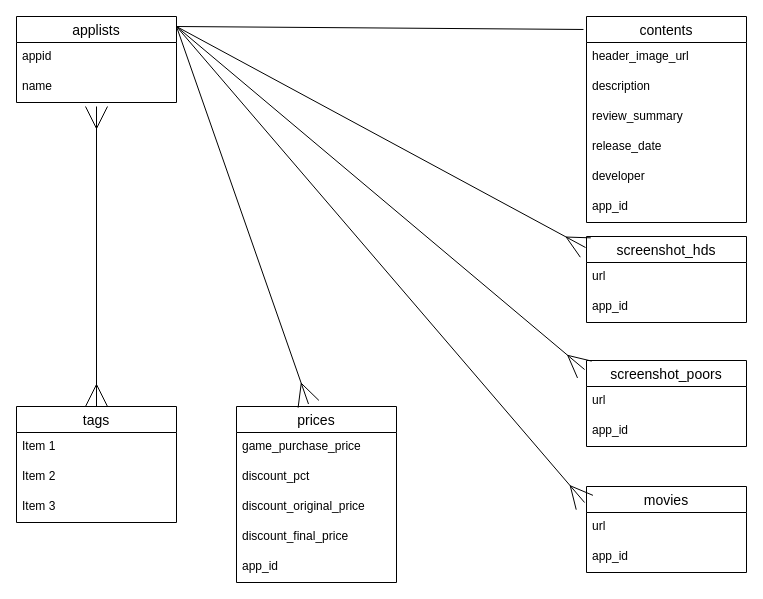
The draw.io diagram steam-app.dio in kzk00001/steam-app, before the edit. Source tidied: cells renumbered, new cells numbered last; positions are measured from the earlier drawing's top-left corner, leaving out a move shared by most shapes. Both pictures are drawn from the tidied source at 100%, with x=0, y=0 at pixel (16, 16).
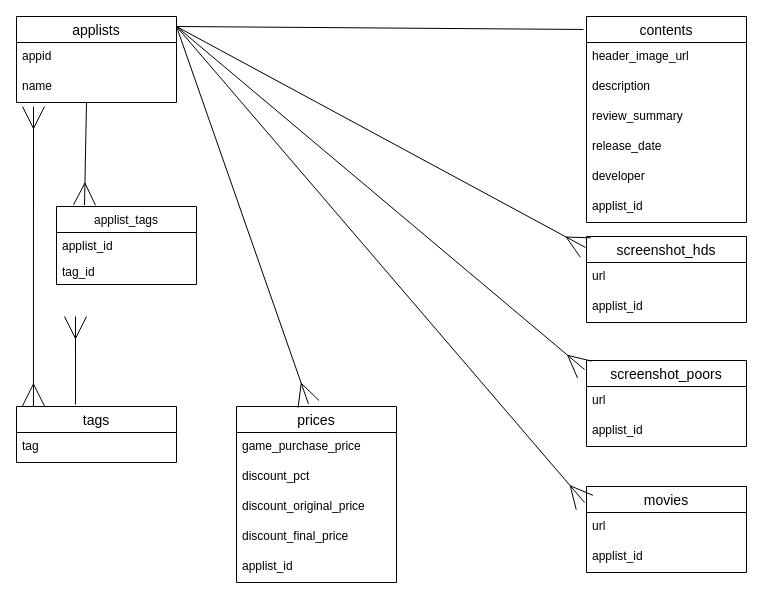
The same diagram, later.

The change refers to these unchanged cells:
```xml
<mxCell id="9" value="screenshot_hds" style="swimlane;fontStyle=0;horizontal=1;startSize=26;align=center;fontSize=14;" parent="1" vertex="1">
  <mxGeometry x="570" y="220" width="160" height="86" as="geometry" />
</mxCell>
<mxCell id="12" value="screenshot_poors" style="swimlane;fontStyle=0;horizontal=1;startSize=26;align=center;fontSize=14;" parent="1" vertex="1">
  <mxGeometry x="570" y="344" width="160" height="86" as="geometry" />
</mxCell>
<mxCell id="16" value="movies" style="swimlane;fontStyle=0;horizontal=1;startSize=26;align=center;fontSize=14;" parent="1" vertex="1">
  <mxGeometry x="570" y="470" width="160" height="86" as="geometry" />
</mxCell>
<mxCell id="23" value="contents" style="swimlane;fontStyle=0;horizontal=1;startSize=26;align=center;fontSize=14;" parent="1" vertex="1">
  <mxGeometry x="570" width="160" height="206" as="geometry" />
</mxCell>
<mxCell id="30" value="prices" style="swimlane;fontStyle=0;horizontal=1;startSize=26;align=center;fontSize=14;" parent="1" vertex="1">
  <mxGeometry x="220" y="390" width="160" height="176" as="geometry" />
</mxCell>
```

The edit, as a diff of the source:
```diff
@@
     <mxCell id="5" value="tags" style="swimlane;fontStyle=0;horizontal=1;startSize=26;align=center;fontSize=14;" parent="1" vertex="1">
-      <mxGeometry y="390" width="160" height="116" as="geometry" />
+      <mxGeometry y="390" width="160" height="56" as="geometry" />
     </mxCell>
-    <mxCell id="6" value="Item 1" style="text;strokeColor=none;fillColor=none;spacingLeft=4;spacingRight=4;overflow=hidden;fontSize=12;" parent="5" vertex="1">
+    <mxCell id="6" value="tag" style="text;strokeColor=none;fillColor=none;spacingLeft=4;spacingRight=4;overflow=hidden;fontSize=12;" parent="5" vertex="1">
       <mxGeometry y="26" width="160" height="30" as="geometry" />
     </mxCell>
-    <mxCell id="7" value="Item 2" style="text;strokeColor=none;fillColor=none;spacingLeft=4;spacingRight=4;overflow=hidden;fontSize=12;" parent="5" vertex="1">
-      <mxGeometry y="56" width="160" height="30" as="geometry" />
-    </mxCell>
-    <mxCell id="8" value="Item 3" style="text;strokeColor=none;fillColor=none;spacingLeft=4;spacingRight=4;overflow=hidden;fontSize=12;" parent="5" vertex="1">
-      <mxGeometry y="86" width="160" height="30" as="geometry" />
-    </mxCell>
@@
-    <mxCell id="11" value="app_id" style="text;strokeColor=none;fillColor=none;spacingLeft=4;spacingRight=4;overflow=hidden;fontSize=12;" parent="9" vertex="1">
+    <mxCell id="11" value="applist_id" style="text;strokeColor=none;fillColor=none;spacingLeft=4;spacingRight=4;overflow=hidden;fontSize=12;" parent="9" vertex="1">
       <mxGeometry y="56" width="160" height="30" as="geometry" />
     </mxCell>
@@
-    <mxCell id="14" value="app_id" style="text;strokeColor=none;fillColor=none;spacingLeft=4;spacingRight=4;overflow=hidden;fontSize=12;" parent="12" vertex="1">
+    <mxCell id="14" value="applist_id" style="text;strokeColor=none;fillColor=none;spacingLeft=4;spacingRight=4;overflow=hidden;fontSize=12;" parent="12" vertex="1">
       <mxGeometry y="56" width="160" height="30" as="geometry" />
     </mxCell>
@@
-    <mxCell id="18" value="app_id" style="text;strokeColor=none;fillColor=none;spacingLeft=4;spacingRight=4;overflow=hidden;fontSize=12;" parent="16" vertex="1">
+    <mxCell id="18" value="applist_id" style="text;strokeColor=none;fillColor=none;spacingLeft=4;spacingRight=4;overflow=hidden;fontSize=12;" parent="16" vertex="1">
       <mxGeometry y="56" width="160" height="30" as="geometry" />
     </mxCell>
-    <mxCell id="19" style="endArrow=ERmany;html=1;exitX=0.5;exitY=0;exitDx=0;exitDy=0;endFill=0;endSize=20;startArrow=ERmany;startFill=0;targetPerimeterSpacing=0;startSize=20;" parent="1" edge="1" source="5">
+    <mxCell id="19" style="endArrow=ERmany;html=1;exitX=0.106;exitY=-0.009;exitDx=0;exitDy=0;endFill=0;endSize=20;startArrow=ERmany;startFill=0;targetPerimeterSpacing=0;startSize=20;exitPerimeter=0;" parent="1" edge="1" source="5">
       <mxGeometry relative="1" as="geometry">
-        <mxPoint x="80" y="90" as="targetPoint" />
+        <mxPoint x="17" y="90" as="targetPoint" />
       </mxGeometry>
     </mxCell>
@@
-    <mxCell id="29" value="app_id" style="text;strokeColor=none;fillColor=none;spacingLeft=4;spacingRight=4;overflow=hidden;fontSize=12;" parent="23" vertex="1">
+    <mxCell id="29" value="applist_id" style="text;strokeColor=none;fillColor=none;spacingLeft=4;spacingRight=4;overflow=hidden;fontSize=12;" parent="23" vertex="1">
       <mxGeometry y="176" width="160" height="30" as="geometry" />
     </mxCell>
@@
-    <mxCell id="35" value="app_id" style="text;strokeColor=none;fillColor=none;spacingLeft=4;spacingRight=4;overflow=hidden;fontSize=12;" parent="30" vertex="1">
+    <mxCell id="35" value="applist_id" style="text;strokeColor=none;fillColor=none;spacingLeft=4;spacingRight=4;overflow=hidden;fontSize=12;" parent="30" vertex="1">
       <mxGeometry y="146" width="160" height="30" as="geometry" />
     </mxCell>
@@
+    <mxCell id="37" value="applist_tags" style="swimlane;fontStyle=0;horizontal=1;startSize=26;" parent="1" vertex="1">
+      <mxGeometry x="40" y="190" width="140" height="78" as="geometry" />
+    </mxCell>
+    <mxCell id="38" value="applist_id" style="text;strokeColor=none;fillColor=none;align=left;verticalAlign=top;spacingLeft=4;spacingRight=4;overflow=hidden;" parent="37" vertex="1">
+      <mxGeometry y="26" width="140" height="26" as="geometry" />
+    </mxCell>
+    <mxCell id="39" value="tag_id" style="text;strokeColor=none;fillColor=none;align=left;verticalAlign=top;spacingLeft=4;spacingRight=4;overflow=hidden;" parent="37" vertex="1">
+      <mxGeometry y="52" width="140" height="26" as="geometry" />
+    </mxCell>
+    <mxCell id="40" style="endArrow=ERmany;html=1;rounded=0;entryX=0.2;entryY=-0.019;entryDx=0;entryDy=0;entryPerimeter=0;endFill=0;jumpSize=20;endSize=20;" parent="1" edge="1" target="37">
+      <mxGeometry relative="1" as="geometry">
+        <mxPoint x="70" y="86" as="sourcePoint" />
+      </mxGeometry>
+    </mxCell>
+    <mxCell id="41" style="endArrow=ERmany;html=1;rounded=0;endFill=0;jumpSize=20;endSize=20;exitX=0.369;exitY=-0.034;exitDx=0;exitDy=0;exitPerimeter=0;" parent="1" edge="1" source="5">
+      <mxGeometry relative="1" as="geometry">
+        <mxPoint x="59" y="300" as="targetPoint" />
+      </mxGeometry>
+    </mxCell>
```
